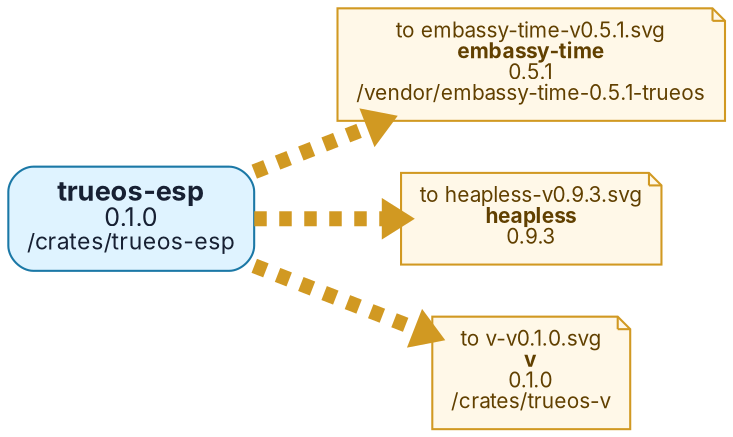
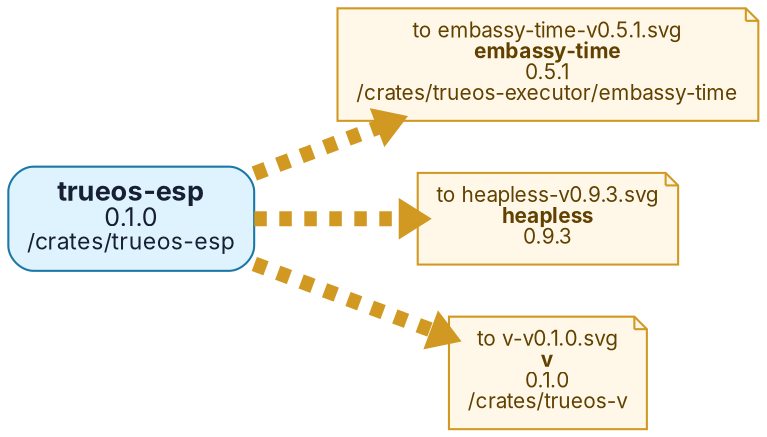
digraph "trueos-esp-v0.1.0" {
  graph [rankdir=LR, bgcolor="white", overlap=false, splines=true, nodesep=0.35, ranksep=0.55];
  node [shape=box, style="rounded,filled", fontname="Inter,Arial", fontsize=10, margin="0.13,0.10", color="#8b9bb0", fillcolor="#f7f9fb", fontcolor="#172033"];
  edge [color="#9aa8b8", arrowsize=0.55, penwidth=7.2];
  n0 [label=<<FONT POINT-SIZE="13"><B>trueos-esp</B></FONT><BR/><FONT POINT-SIZE="12">0.1.0</FONT><BR/><FONT POINT-SIZE="11">/crates/trueos-esp</FONT>>, fillcolor="#dff3ff", color="#1b78a6"];
-   out0 [label=<to embassy-time-v0.5.1.svg<BR/><B>embassy-time</B><BR/>0.5.1<BR/>/vendor/embassy-time-0.5.1-trueos>, shape=note, style="filled", fillcolor="#fff8e8", color="#d19922", fontcolor="#614000"];
+   out0 [label=<to embassy-time-v0.5.1.svg<BR/><B>embassy-time</B><BR/>0.5.1<BR/>/crates/trueos-executor/embassy-time>, shape=note, style="filled", fillcolor="#fff8e8", color="#d19922", fontcolor="#614000"];
  n0 -> out0 [style=dashed, color="#d19922"];
  out1 [label=<to heapless-v0.9.3.svg<BR/><B>heapless</B><BR/>0.9.3>, shape=note, style="filled", fillcolor="#fff8e8", color="#d19922", fontcolor="#614000"];
  n0 -> out1 [style=dashed, color="#d19922"];
  out2 [label=<to v-v0.1.0.svg<BR/><B>v</B><BR/>0.1.0<BR/>/crates/trueos-v>, shape=note, style="filled", fillcolor="#fff8e8", color="#d19922", fontcolor="#614000"];
  n0 -> out2 [style=dashed, color="#d19922"];
  // collapsed leaf ends: 0
  // centered two-input leaves: 0
  // nested two-input leaves: 0
}
